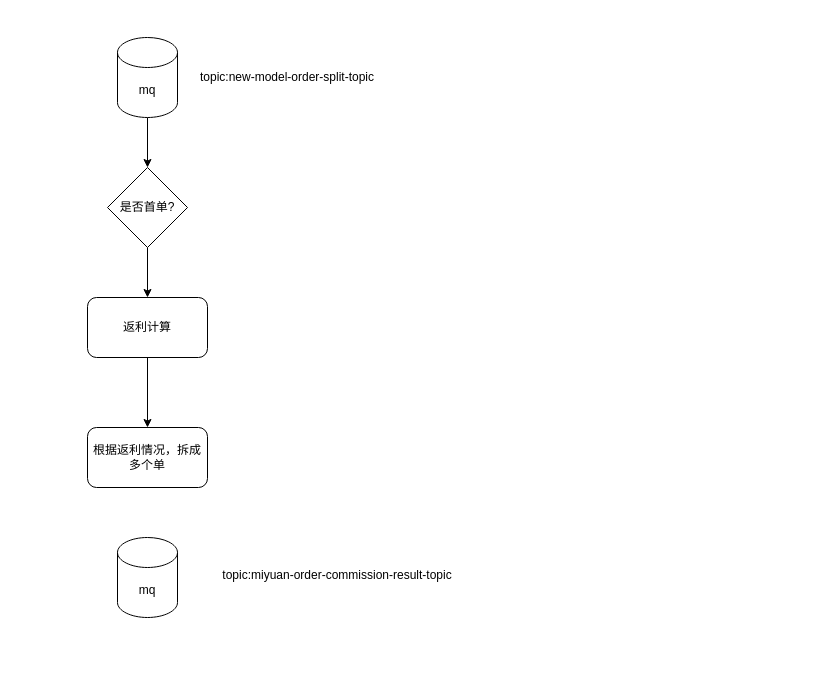
Above: miyuan/订单拆单.drawio in smallleaf/draw.io (draw.io), before the change. Source tidied: cells renumbered, new cells numbered last; positions are measured from the earlier drawing's top-left corner, leaving out a move shared by most shapes. Both pictures are drawn from the tidied source at 100%, with x=0, y=0 at pixel (87, 37).
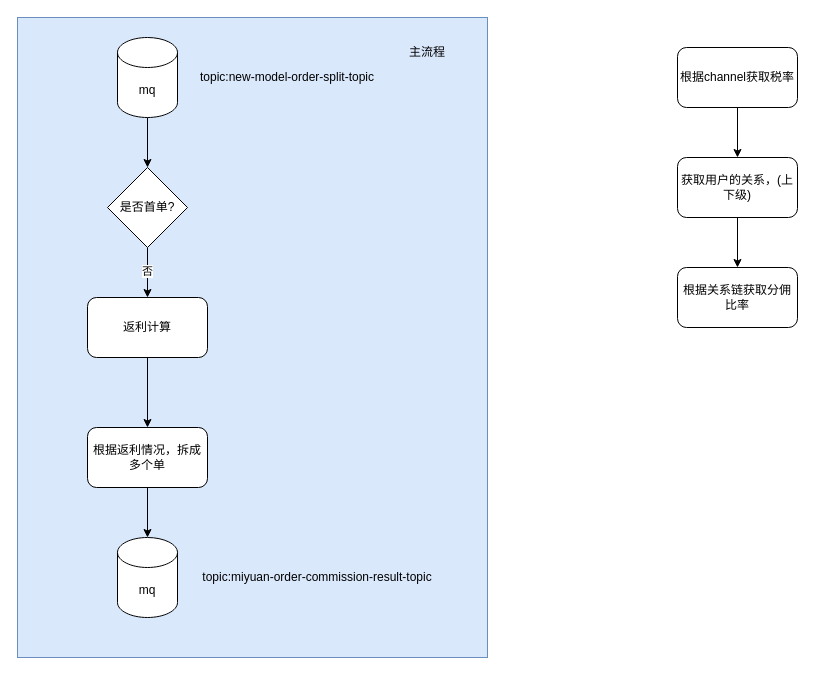
The same page after the edit.

Commit message (it also covers changes not shown here):
更新订单拆单.drawio

The change refers to these unchanged cells:
```xml
<mxCell id="5" style="edgeStyle=orthogonalEdgeStyle;rounded=0;jettySize=auto;html=1;exitX=0.5;exitY=1;exitDx=0;exitDy=0;" parent="1" edge="1" source="6" target="8">
  <mxGeometry relative="1" as="geometry" />
</mxCell>
<mxCell id="9" value="根据返利情况，拆成多个单" style="rounded=1;whiteSpace=wrap;html=1;" parent="1" vertex="1">
  <mxGeometry y="390" width="120" height="60" as="geometry" />
</mxCell>
<mxCell id="10" value="mq" style="shape=cylinder3;whiteSpace=wrap;html=1;boundedLbl=1;backgroundOutline=1;size=15;" parent="1" vertex="1">
  <mxGeometry x="30" y="500" width="60" height="80" as="geometry" />
</mxCell>
```

Change to the diagram source:
```diff
@@
+    <mxCell id="12" style="rounded=0;whiteSpace=wrap;html=1;fillColor=#dae8fc;strokeColor=#6c8ebf;" parent="1" vertex="1">
+      <mxGeometry x="-70" y="-20" width="470" height="640" as="geometry" />
+    </mxCell>
@@
+    <mxCell id="13" value="否" style="edgeLabel;html=1;align=center;verticalAlign=middle;" parent="5" vertex="1">
+      <mxGeometry x="-0.08" y="-1" relative="1" as="geometry" />
+    </mxCell>
@@
+    <mxCell id="14" style="edgeStyle=orthogonalEdgeStyle;rounded=0;jettySize=auto;html=1;exitX=0.5;exitY=1;exitDx=0;exitDy=0;entryX=0.5;entryY=0;entryDx=0;entryDy=0;entryPerimeter=0;" parent="1" edge="1" source="9" target="10">
+      <mxGeometry relative="1" as="geometry" />
+    </mxCell>
     <mxCell id="11" value="topic:miyuan-order-commission-result-topic" style="text;html=1;align=center;verticalAlign=middle;whiteSpace=wrap;rounded=0;" parent="1" vertex="1">
-      <mxGeometry x="120" y="525" width="260" height="25" as="geometry" />
+      <mxGeometry x="100" y="527.5" width="260" height="25" as="geometry" />
     </mxCell>
+    <mxCell id="15" value="主流程" style="text;html=1;align=center;verticalAlign=middle;whiteSpace=wrap;rounded=0;" parent="1" vertex="1">
+      <mxGeometry x="310" width="60" height="30" as="geometry" />
+    </mxCell>
+    <mxCell id="16" style="edgeStyle=orthogonalEdgeStyle;rounded=0;jettySize=auto;html=1;exitX=0.5;exitY=1;exitDx=0;exitDy=0;" parent="1" edge="1" source="17" target="19">
+      <mxGeometry relative="1" as="geometry" />
+    </mxCell>
+    <mxCell id="17" value="根据channel获取税率" style="rounded=1;whiteSpace=wrap;html=1;" parent="1" vertex="1">
+      <mxGeometry x="590" y="10" width="120" height="60" as="geometry" />
+    </mxCell>
+    <mxCell id="18" style="edgeStyle=orthogonalEdgeStyle;rounded=0;jettySize=auto;html=1;exitX=0.5;exitY=1;exitDx=0;exitDy=0;entryX=0.5;entryY=0;entryDx=0;entryDy=0;" parent="1" edge="1" source="19" target="20">
+      <mxGeometry relative="1" as="geometry" />
+    </mxCell>
+    <mxCell id="19" value="获取用户的关系，(上下级)" style="rounded=1;whiteSpace=wrap;html=1;" parent="1" vertex="1">
+      <mxGeometry x="590" y="120" width="120" height="60" as="geometry" />
+    </mxCell>
+    <mxCell id="20" value="根据关系链获取分佣比率" style="rounded=1;whiteSpace=wrap;html=1;" parent="1" vertex="1">
+      <mxGeometry x="590" y="230" width="120" height="60" as="geometry" />
+    </mxCell>
```
